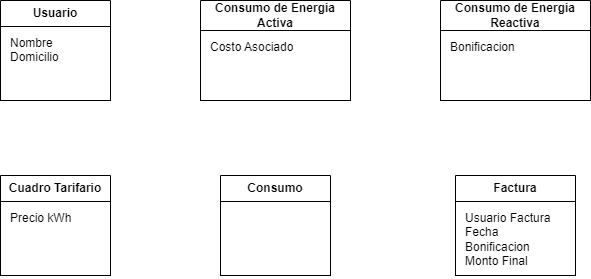
Before: 15 - Distribuidora Electrica/img/ClasesAtributos.png, a diagram exported from draw.io (UnMatesito/OO1). Source tidied: cells renumbered, new cells last; positions are measured from the earlier drawing's top-left corner, leaving out a move shared by most shapes.
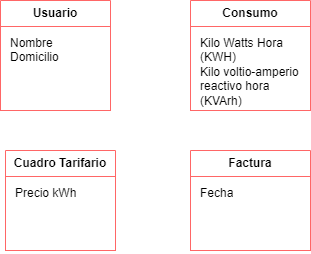
After the commit.

Diff of the diagram source:
```diff
@@ -2,41 +2,29 @@
   <root>
     <mxCell id="0" />
     <mxCell id="1" parent="0" />
-    <mxCell id="2" value="&lt;b&gt;Usuario&lt;/b&gt;" style="swimlane;fontStyle=0;horizontal=1;startSize=26;fillColor=default;whiteSpace=wrap;html=1;" parent="1" vertex="1">
-      <mxGeometry width="110" height="100" as="geometry" />
+    <mxCell id="2" value="&lt;b&gt;Usuario&lt;/b&gt;" style="swimlane;fontStyle=0;horizontal=1;startSize=26;fillColor=default;whiteSpace=wrap;html=1;strokeColor=#FF6666;" parent="1" vertex="1">
+      <mxGeometry x="300" y="-90" width="110" height="110" as="geometry" />
     </mxCell>
-    <mxCell id="3" value="Nombre&lt;div&gt;Domicilio&lt;/div&gt;" style="text;strokeColor=default;fillColor=default;align=left;verticalAlign=top;spacingLeft=8;spacingRight=4;overflow=hidden;whiteSpace=wrap;html=1;spacingTop=3;spacing=2;" parent="2" vertex="1">
-      <mxGeometry y="26" width="110" height="74" as="geometry" />
+    <mxCell id="3" value="Nombre&lt;div&gt;Domicilio&lt;/div&gt;" style="text;strokeColor=#FF6666;fillColor=default;align=left;verticalAlign=top;spacingLeft=8;spacingRight=4;overflow=hidden;whiteSpace=wrap;html=1;spacingTop=3;spacing=2;" parent="2" vertex="1">
+      <mxGeometry y="26" width="110" height="84" as="geometry" />
     </mxCell>
-    <mxCell id="4" value="&lt;b&gt;Consumo de Energia Activa&lt;/b&gt;" style="swimlane;fontStyle=0;horizontal=1;startSize=30;fillColor=default;whiteSpace=wrap;html=1;" parent="1" vertex="1">
-      <mxGeometry x="200" width="150" height="100" as="geometry" />
-    </mxCell>
-    <mxCell id="5" value="Costo Asociado" style="text;strokeColor=default;fillColor=default;align=left;verticalAlign=top;spacingLeft=8;spacingRight=4;overflow=hidden;whiteSpace=wrap;html=1;spacingTop=3;spacing=2;" parent="4" vertex="1">
-      <mxGeometry y="30" width="150" height="70" as="geometry" />
-    </mxCell>
-    <mxCell id="6" value="&lt;b&gt;Consumo de Energia Reactiva&lt;/b&gt;" style="swimlane;fontStyle=0;horizontal=1;startSize=30;fillColor=default;whiteSpace=wrap;html=1;" parent="1" vertex="1">
-      <mxGeometry x="440" width="150" height="100" as="geometry" />
-    </mxCell>
-    <mxCell id="7" value="Bonificacion" style="text;strokeColor=default;fillColor=default;align=left;verticalAlign=top;spacingLeft=8;spacingRight=4;overflow=hidden;whiteSpace=wrap;html=1;spacingTop=3;spacing=2;" parent="6" vertex="1">
-      <mxGeometry y="30" width="150" height="70" as="geometry" />
-    </mxCell>
-    <mxCell id="8" value="&lt;b&gt;Cuadro Tarifario&lt;/b&gt;" style="swimlane;fontStyle=0;horizontal=1;startSize=26;fillColor=default;whiteSpace=wrap;html=1;" parent="1" vertex="1">
-      <mxGeometry y="175" width="110" height="100" as="geometry" />
+    <mxCell id="8" value="&lt;b&gt;Cuadro Tarifario&lt;/b&gt;" style="swimlane;fontStyle=0;horizontal=1;startSize=26;fillColor=default;whiteSpace=wrap;html=1;strokeColor=#FF6666;" parent="1" vertex="1">
+      <mxGeometry x="305" y="60" width="110" height="100" as="geometry" />
     </mxCell>
-    <mxCell id="9" value="Precio kWh" style="text;strokeColor=default;fillColor=default;align=left;verticalAlign=top;spacingLeft=8;spacingRight=4;overflow=hidden;whiteSpace=wrap;html=1;spacingTop=3;spacing=2;" parent="8" vertex="1">
+    <mxCell id="9" value="Precio kWh" style="text;strokeColor=#FF6666;fillColor=default;align=left;verticalAlign=top;spacingLeft=8;spacingRight=4;overflow=hidden;whiteSpace=wrap;html=1;spacingTop=3;spacing=2;" parent="8" vertex="1">
       <mxGeometry y="26" width="110" height="74" as="geometry" />
     </mxCell>
-    <mxCell id="10" value="&lt;b&gt;Factura&lt;/b&gt;" style="swimlane;fontStyle=0;horizontal=1;startSize=26;fillColor=default;whiteSpace=wrap;html=1;" parent="1" vertex="1">
-      <mxGeometry x="455" y="175" width="120" height="100" as="geometry" />
+    <mxCell id="10" value="&lt;b&gt;Factura&lt;/b&gt;" style="swimlane;fontStyle=0;horizontal=1;startSize=26;fillColor=default;whiteSpace=wrap;html=1;strokeColor=#FF6666;" parent="1" vertex="1">
+      <mxGeometry x="490" y="60" width="120" height="100" as="geometry" />
     </mxCell>
-    <mxCell id="11" value="Usuario Factura&lt;div&gt;Fecha&lt;/div&gt;&lt;div&gt;Bonificacion&lt;/div&gt;&lt;div&gt;Monto Final&lt;/div&gt;" style="text;strokeColor=default;fillColor=default;align=left;verticalAlign=top;spacingLeft=8;spacingRight=4;overflow=hidden;whiteSpace=wrap;html=1;spacingTop=3;spacing=2;" parent="10" vertex="1">
+    <mxCell id="11" value="&lt;div&gt;Fecha&lt;/div&gt;" style="text;strokeColor=#FF6666;fillColor=default;align=left;verticalAlign=top;spacingLeft=8;spacingRight=4;overflow=hidden;whiteSpace=wrap;html=1;spacingTop=3;spacing=2;" parent="10" vertex="1">
       <mxGeometry y="26" width="120" height="74" as="geometry" />
     </mxCell>
-    <mxCell id="12" value="&lt;b&gt;Consumo&lt;/b&gt;" style="swimlane;fontStyle=0;horizontal=1;startSize=26;fillColor=default;whiteSpace=wrap;html=1;" parent="1" vertex="1">
-      <mxGeometry x="220" y="175" width="110" height="100" as="geometry" />
+    <mxCell id="12" value="&lt;b&gt;Consumo&lt;/b&gt;" style="swimlane;fontStyle=0;horizontal=1;startSize=26;fillColor=default;whiteSpace=wrap;html=1;strokeColor=#FF6666;" parent="1" vertex="1">
+      <mxGeometry x="490" y="-90" width="120" height="110" as="geometry" />
     </mxCell>
-    <mxCell id="13" style="text;strokeColor=default;fillColor=default;align=left;verticalAlign=top;spacingLeft=8;spacingRight=4;overflow=hidden;whiteSpace=wrap;html=1;spacingTop=3;spacing=2;" parent="12" vertex="1">
-      <mxGeometry y="26" width="110" height="74" as="geometry" />
+    <mxCell id="13" value="Kilo Watts Hora (KWH)&lt;div&gt;Kilo voltio-amperio reactivo hora (KVArh)&lt;br&gt;&lt;/div&gt;" style="text;strokeColor=#FF6666;fillColor=default;align=left;verticalAlign=top;spacingLeft=8;spacingRight=4;overflow=hidden;whiteSpace=wrap;html=1;spacingTop=3;spacing=2;" parent="12" vertex="1">
+      <mxGeometry y="26" width="120" height="84" as="geometry" />
     </mxCell>
   </root>
 </mxGraphModel>
```
